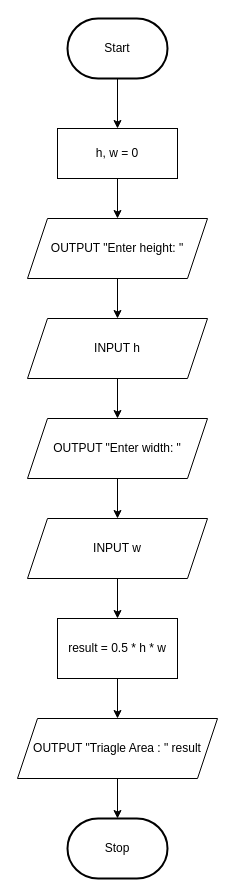
The draw.io diagram Homework/HW04/hw04-4.drawio in sarawut5555/ENGCE117, before the edit. Source tidied: cells renumbered, new cells numbered last; positions are measured from the earlier drawing's top-left corner, leaving out a move shared by most shapes. Both pictures are drawn from the tidied source at 100%, with x=0, y=0 at pixel (17, 18).
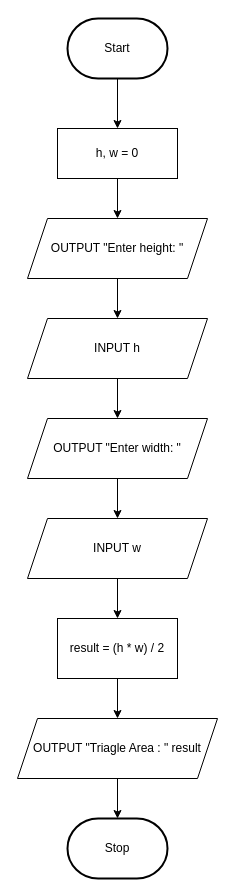
The same page after the edit.

The edit, as a diff of the source:
```diff
@@
 <mxGraphModel>
   <root>
     <mxCell id="0" />
     <mxCell id="1" parent="0" />
     <mxCell id="2" style="edgeStyle=orthogonalEdgeStyle;rounded=0;jettySize=auto;html=1;entryX=0.5;entryY=0;entryDx=0;entryDy=0;" parent="1" edge="1" source="3" target="6">
       <mxGeometry relative="1" as="geometry" />
     </mxCell>
     <mxCell id="3" value="Start" style="strokeWidth=2;html=1;shape=mxgraph.flowchart.terminator;whiteSpace=wrap;" parent="1" vertex="1">
       <mxGeometry x="50" width="100" height="60" as="geometry" />
     </mxCell>
     <mxCell id="4" value="Stop" style="strokeWidth=2;html=1;shape=mxgraph.flowchart.terminator;whiteSpace=wrap;" parent="1" vertex="1">
       <mxGeometry x="50" y="800" width="100" height="60" as="geometry" />
     </mxCell>
     <mxCell id="5" style="edgeStyle=orthogonalEdgeStyle;rounded=0;jettySize=auto;html=1;entryX=0.5;entryY=0;entryDx=0;entryDy=0;" parent="1" edge="1" source="6" target="8">
       <mxGeometry relative="1" as="geometry" />
     </mxCell>
     <mxCell id="6" value="h, w = 0" style="rounded=0;whiteSpace=wrap;html=1;" parent="1" vertex="1">
       <mxGeometry x="40" y="110" width="120" height="50" as="geometry" />
     </mxCell>
     <mxCell id="7" style="edgeStyle=orthogonalEdgeStyle;rounded=0;jettySize=auto;html=1;entryX=0.5;entryY=0;entryDx=0;entryDy=0;" parent="1" edge="1" source="8" target="10">
       <mxGeometry relative="1" as="geometry" />
     </mxCell>
     <mxCell id="8" value="OUTPUT &quot;Enter height: &quot;" style="shape=parallelogram;perimeter=parallelogramPerimeter;whiteSpace=wrap;html=1;fixedSize=1;" parent="1" vertex="1">
       <mxGeometry x="10" y="200" width="180" height="60" as="geometry" />
     </mxCell>
     <mxCell id="9" style="edgeStyle=orthogonalEdgeStyle;rounded=0;jettySize=auto;html=1;" parent="1" edge="1" source="10" target="12">
       <mxGeometry relative="1" as="geometry" />
     </mxCell>
     <mxCell id="10" value="INPUT h" style="shape=parallelogram;perimeter=parallelogramPerimeter;whiteSpace=wrap;html=1;fixedSize=1;" parent="1" vertex="1">
       <mxGeometry x="10" y="300" width="180" height="60" as="geometry" />
     </mxCell>
     <mxCell id="11" style="edgeStyle=orthogonalEdgeStyle;rounded=0;jettySize=auto;html=1;entryX=0.5;entryY=0;entryDx=0;entryDy=0;" parent="1" edge="1" source="12" target="14">
       <mxGeometry relative="1" as="geometry" />
     </mxCell>
     <mxCell id="12" value="OUTPUT &quot;Enter width: &quot;" style="shape=parallelogram;perimeter=parallelogramPerimeter;whiteSpace=wrap;html=1;fixedSize=1;" parent="1" vertex="1">
       <mxGeometry x="10" y="400" width="180" height="60" as="geometry" />
     </mxCell>
     <mxCell id="13" style="edgeStyle=orthogonalEdgeStyle;rounded=0;jettySize=auto;html=1;entryX=0.5;entryY=0;entryDx=0;entryDy=0;" parent="1" edge="1" source="14" target="16">
       <mxGeometry relative="1" as="geometry" />
     </mxCell>
     <mxCell id="14" value="INPUT w" style="shape=parallelogram;perimeter=parallelogramPerimeter;whiteSpace=wrap;html=1;fixedSize=1;" parent="1" vertex="1">
       <mxGeometry x="10" y="500" width="180" height="60" as="geometry" />
     </mxCell>
     <mxCell id="15" style="edgeStyle=orthogonalEdgeStyle;rounded=0;jettySize=auto;html=1;entryX=0.5;entryY=0;entryDx=0;entryDy=0;" parent="1" edge="1" source="16" target="18">
       <mxGeometry relative="1" as="geometry" />
     </mxCell>
-    <mxCell id="16" value="result = 0.5 * h * w" style="rounded=0;whiteSpace=wrap;html=1;" parent="1" vertex="1">
+    <mxCell id="16" value="result = (h * w) / 2" style="rounded=0;whiteSpace=wrap;html=1;" parent="1" vertex="1">
       <mxGeometry x="40" y="600" width="120" height="60" as="geometry" />
     </mxCell>
     <mxCell id="17" style="edgeStyle=orthogonalEdgeStyle;rounded=0;jettySize=auto;html=1;" parent="1" edge="1" source="18" target="4">
       <mxGeometry relative="1" as="geometry" />
     </mxCell>
     <mxCell id="18" value="OUTPUT &quot;Triagle Area : &quot; result" style="shape=parallelogram;perimeter=parallelogramPerimeter;whiteSpace=wrap;html=1;fixedSize=1;" parent="1" vertex="1">
       <mxGeometry y="700" width="200" height="60" as="geometry" />
     </mxCell>
   </root>
 </mxGraphModel>
```
